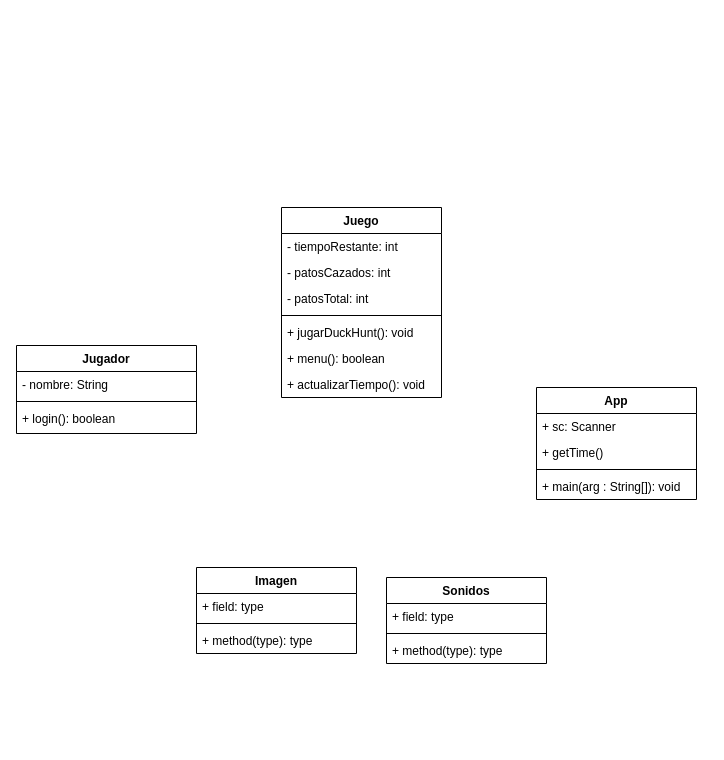
R3LM15/Trabajo-Grupal keeps this draw.io diagram as Proyecto/DiagramaDeClase.dio. Above is the earlier version. Source tidied: cells renumbered, new cells numbered last; positions are measured from the earlier drawing's top-left corner, leaving out a move shared by most shapes. Both pictures are drawn from the tidied source at 100%, with x=0, y=0 at pixel (16, 207).
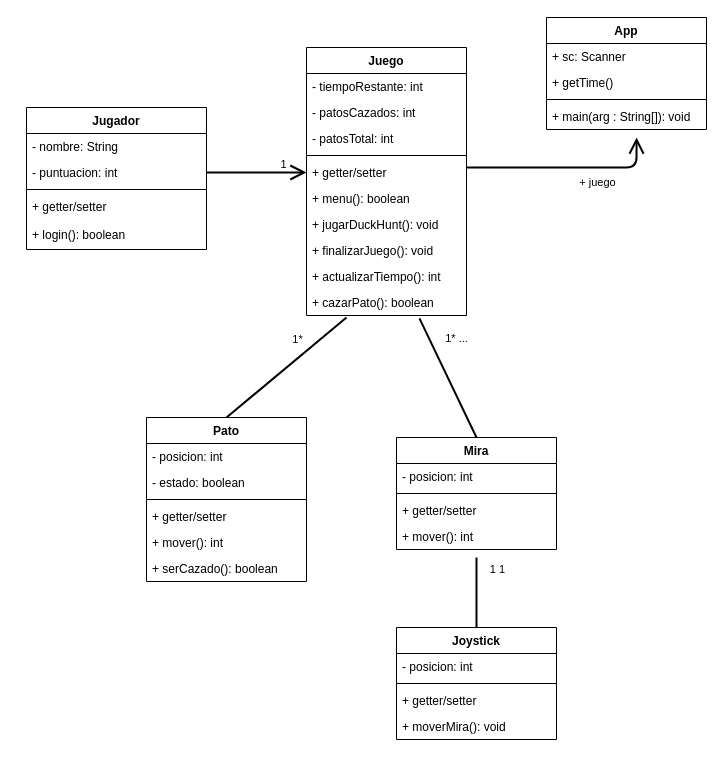
Above is the later version.

Commit message:
Diagrama de clase 1.1

Unchanged cells that the change refers to:
```xml
<mxCell id="14" value="+ main(arg : String[]): void" style="text;strokeColor=none;fillColor=none;align=left;verticalAlign=top;spacingLeft=4;spacingRight=4;overflow=hidden;points=[[0,0.5],[1,0.5]];portConstraint=eastwest;" parent="10" vertex="1">
  <mxGeometry y="86" width="160" height="26" as="geometry" />
</mxCell>
```

The edit, as a diff of the source:
```diff
@@
     <mxCell id="2" value="Juego" style="swimlane;fontStyle=1;align=center;verticalAlign=top;horizontal=1;startSize=26;" parent="1" vertex="1">
-      <mxGeometry x="265" width="160" height="190" as="geometry" />
+      <mxGeometry x="290" y="-160" width="160" height="268" as="geometry" />
     </mxCell>
@@
+    <mxCell id="27" value="+ getter/setter" style="text;strokeColor=none;fillColor=none;align=left;verticalAlign=top;spacingLeft=4;spacingRight=4;overflow=hidden;points=[[0,0.5],[1,0.5]];portConstraint=eastwest;" parent="2" vertex="1">
+      <mxGeometry y="112" width="160" height="26" as="geometry" />
+    </mxCell>
+    <mxCell id="8" value="+ menu(): boolean" style="text;strokeColor=none;fillColor=none;align=left;verticalAlign=top;spacingLeft=4;spacingRight=4;overflow=hidden;" parent="2" vertex="1">
+      <mxGeometry y="138" width="160" height="26" as="geometry" />
+    </mxCell>
     <mxCell id="7" value="+ jugarDuckHunt(): void" style="text;strokeColor=none;fillColor=none;align=left;verticalAlign=top;spacingLeft=4;spacingRight=4;overflow=hidden;" parent="2" vertex="1">
-      <mxGeometry y="112" width="160" height="26" as="geometry" />
+      <mxGeometry y="164" width="160" height="26" as="geometry" />
     </mxCell>
-    <mxCell id="8" value="+ menu(): boolean" style="text;strokeColor=none;fillColor=none;align=left;verticalAlign=top;spacingLeft=4;spacingRight=4;overflow=hidden;" parent="2" vertex="1">
-      <mxGeometry y="138" width="160" height="26" as="geometry" />
-    </mxCell>
+    <mxCell id="28" value="+ finalizarJuego(): void" style="text;strokeColor=none;fillColor=none;align=left;verticalAlign=top;spacingLeft=4;spacingRight=4;overflow=hidden;" parent="2" vertex="1">
+      <mxGeometry y="190" width="160" height="26" as="geometry" />
+    </mxCell>
-    <mxCell id="9" value="+ actualizarTiempo(): void" style="text;strokeColor=none;fillColor=none;align=left;verticalAlign=top;spacingLeft=4;spacingRight=4;overflow=hidden;" parent="2" vertex="1">
-      <mxGeometry y="164" width="160" height="26" as="geometry" />
+    <mxCell id="9" value="+ actualizarTiempo(): int" style="text;strokeColor=none;fillColor=none;align=left;verticalAlign=top;spacingLeft=4;spacingRight=4;overflow=hidden;" parent="2" vertex="1">
+      <mxGeometry y="216" width="160" height="26" as="geometry" />
     </mxCell>
+    <mxCell id="29" value="+ cazarPato(): boolean" style="text;strokeColor=none;fillColor=none;align=left;verticalAlign=top;spacingLeft=4;spacingRight=4;overflow=hidden;points=[[0,0.5],[1,0.5]];portConstraint=eastwest;" parent="2" vertex="1">
+      <mxGeometry y="242" width="160" height="26" as="geometry" />
+    </mxCell>
     <mxCell id="10" value="App" style="swimlane;fontStyle=1;align=center;verticalAlign=top;horizontal=1;startSize=26;" parent="1" vertex="1">
-      <mxGeometry x="520" y="180" width="160" height="112" as="geometry" />
+      <mxGeometry x="530" y="-190" width="160" height="112" as="geometry" />
     </mxCell>
@@
-    <mxCell id="15" value="Imagen" style="swimlane;fontStyle=1;align=center;verticalAlign=top;horizontal=1;startSize=26;" parent="1" vertex="1">
-      <mxGeometry x="180" y="360" width="160" height="86" as="geometry" />
+    <mxCell id="15" value="Pato" style="swimlane;fontStyle=1;align=center;verticalAlign=top;horizontal=1;startSize=26;" parent="1" vertex="1">
+      <mxGeometry x="130" y="210" width="160" height="164" as="geometry" />
     </mxCell>
-    <mxCell id="16" value="+ field: type" style="text;strokeColor=none;fillColor=none;align=left;verticalAlign=top;spacingLeft=4;spacingRight=4;overflow=hidden;" parent="15" vertex="1">
+    <mxCell id="16" value="- posicion: int" style="text;strokeColor=none;fillColor=none;align=left;verticalAlign=top;spacingLeft=4;spacingRight=4;overflow=hidden;" parent="15" vertex="1">
       <mxGeometry y="26" width="160" height="26" as="geometry" />
     </mxCell>
+    <mxCell id="30" value="- estado: boolean" style="text;strokeColor=none;fillColor=none;align=left;verticalAlign=top;spacingLeft=4;spacingRight=4;overflow=hidden;" parent="15" vertex="1">
+      <mxGeometry y="52" width="160" height="26" as="geometry" />
+    </mxCell>
     <mxCell id="17" style="line;strokeWidth=1;fillColor=none;align=left;verticalAlign=middle;spacingTop=-1;spacingLeft=3;spacingRight=3;labelPosition=right;strokeColor=inherit;" parent="15" vertex="1">
-      <mxGeometry y="52" width="160" height="8" as="geometry" />
+      <mxGeometry y="78" width="160" height="8" as="geometry" />
     </mxCell>
-    <mxCell id="18" value="+ method(type): type" style="text;strokeColor=none;fillColor=none;align=left;verticalAlign=top;spacingLeft=4;spacingRight=4;overflow=hidden;" parent="15" vertex="1">
-      <mxGeometry y="60" width="160" height="26" as="geometry" />
+    <mxCell id="18" value="+ getter/setter" style="text;strokeColor=none;fillColor=none;align=left;verticalAlign=top;spacingLeft=4;spacingRight=4;overflow=hidden;" parent="15" vertex="1">
+      <mxGeometry y="86" width="160" height="26" as="geometry" />
     </mxCell>
+    <mxCell id="31" value="+ mover(): int " style="text;strokeColor=none;fillColor=none;align=left;verticalAlign=top;spacingLeft=4;spacingRight=4;overflow=hidden;" parent="15" vertex="1">
+      <mxGeometry y="112" width="160" height="26" as="geometry" />
+    </mxCell>
+    <mxCell id="32" value="+ serCazado(): boolean" style="text;strokeColor=none;fillColor=none;align=left;verticalAlign=top;spacingLeft=4;spacingRight=4;overflow=hidden;" parent="15" vertex="1">
+      <mxGeometry y="138" width="160" height="26" as="geometry" />
+    </mxCell>
-    <mxCell id="19" value="Sonidos" style="swimlane;fontStyle=1;align=center;verticalAlign=top;horizontal=1;startSize=26;" parent="1" vertex="1">
-      <mxGeometry x="370" y="370" width="160" height="86" as="geometry" />
+    <mxCell id="19" value="Mira" style="swimlane;fontStyle=1;align=center;verticalAlign=top;horizontal=1;startSize=26;" parent="1" vertex="1">
+      <mxGeometry x="380" y="230" width="160" height="112" as="geometry" />
     </mxCell>
-    <mxCell id="20" value="+ field: type" style="text;strokeColor=none;fillColor=none;align=left;verticalAlign=top;spacingLeft=4;spacingRight=4;overflow=hidden;" parent="19" vertex="1">
+    <mxCell id="20" value="- posicion: int" style="text;strokeColor=none;fillColor=none;align=left;verticalAlign=top;spacingLeft=4;spacingRight=4;overflow=hidden;" parent="19" vertex="1">
       <mxGeometry y="26" width="160" height="26" as="geometry" />
     </mxCell>
@@
-    <mxCell id="22" value="+ method(type): type" style="text;strokeColor=none;fillColor=none;align=left;verticalAlign=top;spacingLeft=4;spacingRight=4;overflow=hidden;" parent="19" vertex="1">
+    <mxCell id="22" value="+ getter/setter" style="text;strokeColor=none;fillColor=none;align=left;verticalAlign=top;spacingLeft=4;spacingRight=4;overflow=hidden;" parent="19" vertex="1">
       <mxGeometry y="60" width="160" height="26" as="geometry" />
     </mxCell>
+    <mxCell id="33" value="+ mover(): int " style="text;strokeColor=none;fillColor=none;align=left;verticalAlign=top;spacingLeft=4;spacingRight=4;overflow=hidden;points=[[0,0.5],[1,0.5]];portConstraint=eastwest;" parent="19" vertex="1">
+      <mxGeometry y="86" width="160" height="26" as="geometry" />
+    </mxCell>
     <mxCell id="23" value="Jugador" style="swimlane;fontStyle=1;align=center;verticalAlign=top;horizontal=1;startSize=26;" parent="1" vertex="1">
-      <mxGeometry y="138" width="180" height="88" as="geometry" />
+      <mxGeometry x="10" y="-100" width="180" height="142" as="geometry" />
     </mxCell>
+    <mxCell id="34" value="- nombre: String" style="text;strokeColor=none;fillColor=none;align=left;verticalAlign=top;spacingLeft=4;spacingRight=4;overflow=hidden;" parent="23" vertex="1">
+      <mxGeometry y="26" width="180" height="26" as="geometry" />
+    </mxCell>
-    <mxCell id="24" value="- nombre: String" style="text;strokeColor=none;fillColor=none;align=left;verticalAlign=top;spacingLeft=4;spacingRight=4;overflow=hidden;points=[[0,0.5],[1,0.5]];portConstraint=eastwest;" parent="23" vertex="1">
-      <mxGeometry y="26" width="180" height="26" as="geometry" />
+    <mxCell id="24" value="- puntuacion: int" style="text;strokeColor=none;fillColor=none;align=left;verticalAlign=top;spacingLeft=4;spacingRight=4;overflow=hidden;points=[[0,0.5],[1,0.5]];portConstraint=eastwest;" parent="23" vertex="1">
+      <mxGeometry y="52" width="180" height="26" as="geometry" />
     </mxCell>
     <mxCell id="25" style="line;strokeWidth=1;fillColor=none;align=left;verticalAlign=middle;spacingTop=-1;spacingLeft=3;spacingRight=3;labelPosition=right;strokeColor=inherit;" parent="23" vertex="1">
-      <mxGeometry y="52" width="180" height="8" as="geometry" />
+      <mxGeometry y="78" width="180" height="8" as="geometry" />
     </mxCell>
-    <mxCell id="26" value="+ login(): boolean" style="text;strokeColor=none;fillColor=none;align=left;verticalAlign=top;spacingLeft=4;spacingRight=4;overflow=hidden;" parent="23" vertex="1">
-      <mxGeometry y="60" width="180" height="28" as="geometry" />
+    <mxCell id="26" value="+ getter/setter" style="text;strokeColor=none;fillColor=none;align=left;verticalAlign=top;spacingLeft=4;spacingRight=4;overflow=hidden;" parent="23" vertex="1">
+      <mxGeometry y="86" width="180" height="28" as="geometry" />
     </mxCell>
+    <mxCell id="35" value="+ login(): boolean" style="text;strokeColor=none;fillColor=none;align=left;verticalAlign=top;spacingLeft=4;spacingRight=4;overflow=hidden;" parent="23" vertex="1">
+      <mxGeometry y="114" width="180" height="28" as="geometry" />
+    </mxCell>
+    <mxCell id="36" style="endArrow=none;startArrow=none;endFill=0;startFill=0;endSize=8;html=1;verticalAlign=bottom;labelBackgroundColor=none;strokeWidth=2;exitX=0.5;exitY=0;exitDx=0;exitDy=0;entryX=0.706;entryY=1.111;entryDx=0;entryDy=0;entryPerimeter=0;" parent="1" edge="1" source="19" target="29">
+      <mxGeometry relative="1" as="geometry" />
+    </mxCell>
+    <mxCell id="37" value="1* ..." style="edgeLabel;html=1;align=center;verticalAlign=middle;" parent="36" vertex="1">
+      <mxGeometry x="0.65" y="-2" relative="1" as="geometry">
+        <mxPoint x="25" as="offset" />
+      </mxGeometry>
+    </mxCell>
+    <mxCell id="38" style="endArrow=none;startArrow=none;endFill=0;startFill=0;endSize=8;html=1;verticalAlign=bottom;labelBackgroundColor=none;strokeWidth=2;exitX=0.5;exitY=0;exitDx=0;exitDy=0;entryX=0.25;entryY=1.077;entryDx=0;entryDy=0;entryPerimeter=0;" parent="1" edge="1" source="15" target="29">
+      <mxGeometry relative="1" as="geometry" />
+    </mxCell>
+    <mxCell id="39" value="1*" style="edgeLabel;html=1;align=center;verticalAlign=middle;" parent="38" vertex="1">
+      <mxGeometry x="0.48" y="6" relative="1" as="geometry">
+        <mxPoint x="-15" as="offset" />
+      </mxGeometry>
+    </mxCell>
+    <mxCell id="40" style="endArrow=open;endFill=1;endSize=12;html=1;strokeWidth=2;exitX=1;exitY=0.5;exitDx=0;exitDy=0;entryX=0;entryY=0.5;entryDx=0;entryDy=0;" parent="1" edge="1" source="24" target="27">
+      <mxGeometry relative="1" as="geometry" />
+    </mxCell>
+    <mxCell id="41" value="1" style="edgeLabel;html=1;align=center;verticalAlign=middle;" parent="40" vertex="1">
+      <mxGeometry x="0.52" y="4" relative="1" as="geometry">
+        <mxPoint y="-5" as="offset" />
+      </mxGeometry>
+    </mxCell>
+    <mxCell id="42" style="endArrow=open;endFill=1;endSize=12;html=1;strokeWidth=2;exitX=1;exitY=0.5;exitDx=0;exitDy=0;entryX=0.563;entryY=1.308;entryDx=0;entryDy=0;entryPerimeter=0;" parent="1" edge="1" target="14">
+      <mxGeometry relative="1" as="geometry">
+        <mxPoint x="450" y="-40" as="sourcePoint" />
+        <Array as="points">
+          <mxPoint x="620" y="-40" />
+        </Array>
+      </mxGeometry>
+    </mxCell>
+    <mxCell id="43" value="+ juego" style="edgeLabel;html=1;align=center;verticalAlign=middle;" parent="42" vertex="1">
+      <mxGeometry x="0.52" y="4" relative="1" as="geometry">
+        <mxPoint x="-22" y="18" as="offset" />
+      </mxGeometry>
+    </mxCell>
+    <mxCell id="44" value="Joystick" style="swimlane;fontStyle=1;align=center;verticalAlign=top;horizontal=1;startSize=26;" parent="1" vertex="1">
+      <mxGeometry x="380" y="420" width="160" height="112" as="geometry" />
+    </mxCell>
+    <mxCell id="45" value="- posicion: int" style="text;strokeColor=none;fillColor=none;align=left;verticalAlign=top;spacingLeft=4;spacingRight=4;overflow=hidden;" parent="44" vertex="1">
+      <mxGeometry y="26" width="160" height="26" as="geometry" />
+    </mxCell>
+    <mxCell id="46" style="line;strokeWidth=1;fillColor=none;align=left;verticalAlign=middle;spacingTop=-1;spacingLeft=3;spacingRight=3;labelPosition=right;strokeColor=inherit;" parent="44" vertex="1">
+      <mxGeometry y="52" width="160" height="8" as="geometry" />
+    </mxCell>
+    <mxCell id="47" value="+ getter/setter" style="text;strokeColor=none;fillColor=none;align=left;verticalAlign=top;spacingLeft=4;spacingRight=4;overflow=hidden;" parent="44" vertex="1">
+      <mxGeometry y="60" width="160" height="26" as="geometry" />
+    </mxCell>
+    <mxCell id="48" value="+ moverMira(): void" style="text;strokeColor=none;fillColor=none;align=left;verticalAlign=top;spacingLeft=4;spacingRight=4;overflow=hidden;" parent="44" vertex="1">
+      <mxGeometry y="86" width="160" height="26" as="geometry" />
+    </mxCell>
+    <mxCell id="49" style="endArrow=none;startArrow=none;endFill=0;startFill=0;endSize=8;html=1;verticalAlign=bottom;labelBackgroundColor=none;strokeWidth=2;exitX=0.5;exitY=0;exitDx=0;exitDy=0;entryX=0.5;entryY=1.308;entryDx=0;entryDy=0;entryPerimeter=0;" parent="1" edge="1" source="44" target="33">
+      <mxGeometry relative="1" as="geometry" />
+    </mxCell>
+    <mxCell id="50" value="1 1" style="edgeLabel;html=1;align=center;verticalAlign=middle;" parent="49" vertex="1">
+      <mxGeometry x="0.58" y="-3" relative="1" as="geometry">
+        <mxPoint x="17" y="-4" as="offset" />
+      </mxGeometry>
+    </mxCell>
```
